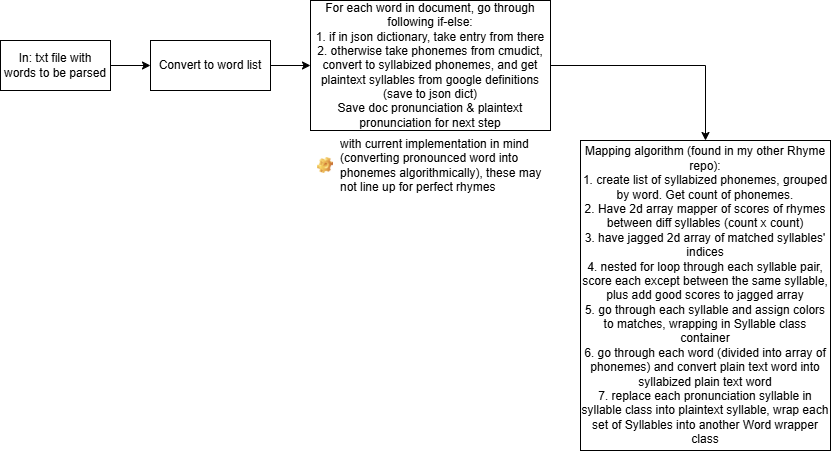
Above: diagram.png in Joshua-Lester3/rhymeo (draw.io), before the change. Source tidied: cells renumbered, new cells last; positions are measured from the earlier drawing's top-left corner, leaving out a move shared by most shapes. Source of this version:
```xml
<mxGraphModel>
  <root>
    <mxCell id="0" />
    <mxCell id="1" parent="0" />
    <mxCell id="2" style="edgeStyle=orthogonalEdgeStyle;rounded=0;jettySize=auto;html=1;" parent="1" edge="1" source="3" target="5">
      <mxGeometry relative="1" as="geometry" />
    </mxCell>
    <mxCell id="3" value="In: txt file with words to be parsed" style="html=1;whiteSpace=wrap;" parent="1" vertex="1">
      <mxGeometry y="40" width="110" height="50" as="geometry" />
    </mxCell>
    <mxCell id="4" style="edgeStyle=orthogonalEdgeStyle;rounded=0;jettySize=auto;html=1;" parent="1" edge="1" source="5" target="7">
      <mxGeometry relative="1" as="geometry" />
    </mxCell>
    <mxCell id="5" value="Convert to word list" style="html=1;whiteSpace=wrap;" parent="1" vertex="1">
      <mxGeometry x="150" y="40" width="120" height="50" as="geometry" />
    </mxCell>
    <mxCell id="6" style="edgeStyle=orthogonalEdgeStyle;rounded=0;jettySize=auto;html=1;" parent="1" edge="1" source="7" target="8">
      <mxGeometry relative="1" as="geometry" />
    </mxCell>
    <mxCell id="7" value="For each word in document, go through following if-else:&lt;div&gt;1. if in json dictionary, take entry from there&lt;/div&gt;&lt;div&gt;2. otherwise take phonemes from cmudict, convert to syllabized phonemes, and get plaintext syllables from google definitions (save to json dict)&lt;/div&gt;&lt;div&gt;Save doc pronunciation &amp;amp; plaintext pronunciation for next step&lt;/div&gt;" style="html=1;whiteSpace=wrap;" parent="1" vertex="1">
      <mxGeometry x="310" width="240" height="130" as="geometry" />
    </mxCell>
    <mxCell id="8" value="Mapping algorithm (found in my other Rhyme repo):&lt;div&gt;1. create list of syllabized phonemes, grouped by word. Get count of phonemes.&lt;/div&gt;&lt;div&gt;2. Have 2d array mapper of scores of rhymes between diff syllables (count x count)&lt;/div&gt;&lt;div&gt;3. have jagged 2d array of matched syllables' indices&lt;/div&gt;&lt;div&gt;4. nested for loop through each syllable pair, score each except between the same syllable, plus add good scores to jagged array&lt;/div&gt;&lt;div&gt;5. go through each syllable and assign colors to matches, wrapping in Syllable class container&lt;/div&gt;&lt;div&gt;6. go through each word (divided into array of phonemes) and convert plain text word into syllabized plain text word&lt;/div&gt;&lt;div&gt;7. replace each pronunciation syllable in syllable class into plaintext syllable, wrap each set of Syllables into another Word wrapper class&lt;/div&gt;" style="html=1;whiteSpace=wrap;" parent="1" vertex="1">
      <mxGeometry x="580" y="140" width="250" height="310" as="geometry" />
    </mxCell>
    <mxCell id="9" value="with current implementation in mind (converting pronounced word into phonemes algorithmically), these may not line up for perfect rhymes" style="label;fontStyle=0;strokeColor=none;fillColor=none;align=left;verticalAlign=top;overflow=hidden;spacingLeft=28;spacingRight=4;imageWidth=16;imageHeight=16;whiteSpace=wrap;html=1;image=img/clipart/Gear_128x128.png;" parent="1" vertex="1">
      <mxGeometry x="310" y="130" width="237.5" height="70" as="geometry" />
    </mxCell>
  </root>
</mxGraphModel>
```
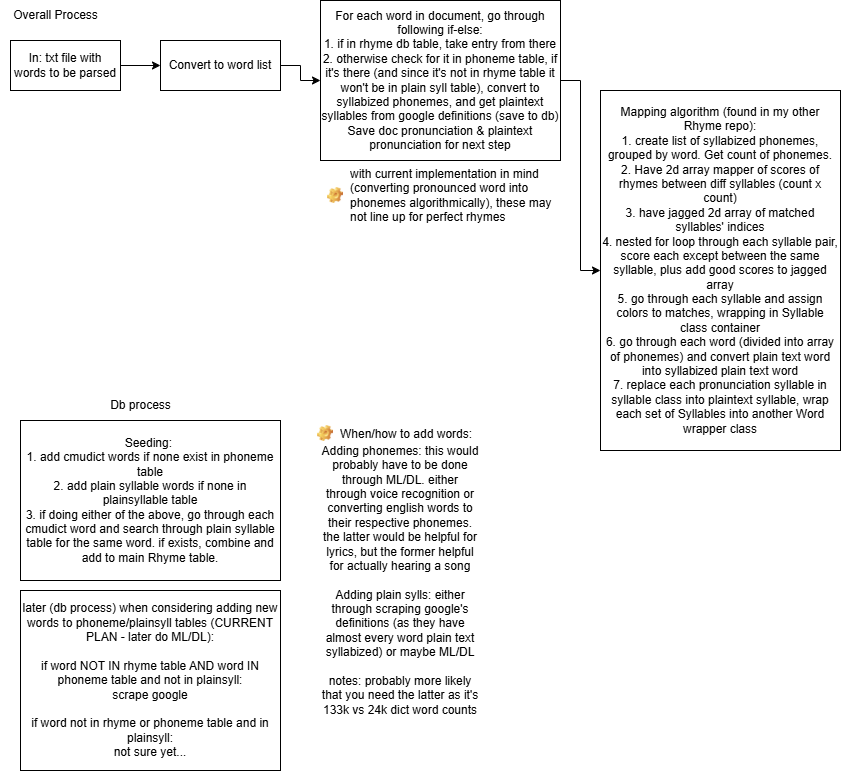
After the commit.

Change to the diagram source:
```diff
@@ -17,14 +17,32 @@
     <mxCell id="6" style="edgeStyle=orthogonalEdgeStyle;rounded=0;jettySize=auto;html=1;" parent="1" edge="1" source="7" target="8">
       <mxGeometry relative="1" as="geometry" />
     </mxCell>
-    <mxCell id="7" value="For each word in document, go through following if-else:&lt;div&gt;1. if in json dictionary, take entry from there&lt;/div&gt;&lt;div&gt;2. otherwise take phonemes from cmudict, convert to syllabized phonemes, and get plaintext syllables from google definitions (save to json dict)&lt;/div&gt;&lt;div&gt;Save doc pronunciation &amp;amp; plaintext pronunciation for next step&lt;/div&gt;" style="html=1;whiteSpace=wrap;" parent="1" vertex="1">
-      <mxGeometry x="310" width="240" height="130" as="geometry" />
+    <mxCell id="7" value="For each word in document, go through following if-else:&lt;div&gt;1. if in rhyme db table, take entry from there&lt;/div&gt;&lt;div&gt;2. otherwise check for it in phoneme table, if it's there (and since it's not in rhyme table it won't be in plain syll table), convert to syllabized phonemes, and get plaintext syllables from google definitions (save to db)&lt;/div&gt;&lt;div&gt;Save doc pronunciation &amp;amp; plaintext pronunciation for next step&lt;/div&gt;" style="html=1;whiteSpace=wrap;" parent="1" vertex="1">
+      <mxGeometry x="310" width="240" height="160" as="geometry" />
     </mxCell>
     <mxCell id="8" value="Mapping algorithm (found in my other Rhyme repo):&lt;div&gt;1. create list of syllabized phonemes, grouped by word. Get count of phonemes.&lt;/div&gt;&lt;div&gt;2. Have 2d array mapper of scores of rhymes between diff syllables (count x count)&lt;/div&gt;&lt;div&gt;3. have jagged 2d array of matched syllables' indices&lt;/div&gt;&lt;div&gt;4. nested for loop through each syllable pair, score each except between the same syllable, plus add good scores to jagged array&lt;/div&gt;&lt;div&gt;5. go through each syllable and assign colors to matches, wrapping in Syllable class container&lt;/div&gt;&lt;div&gt;6. go through each word (divided into array of phonemes) and convert plain text word into syllabized plain text word&lt;/div&gt;&lt;div&gt;7. replace each pronunciation syllable in syllable class into plaintext syllable, wrap each set of Syllables into another Word wrapper class&lt;/div&gt;" style="html=1;whiteSpace=wrap;" parent="1" vertex="1">
-      <mxGeometry x="580" y="140" width="250" height="310" as="geometry" />
+      <mxGeometry x="590" y="90" width="240" height="360" as="geometry" />
     </mxCell>
     <mxCell id="9" value="with current implementation in mind (converting pronounced word into phonemes algorithmically), these may not line up for perfect rhymes" style="label;fontStyle=0;strokeColor=none;fillColor=none;align=left;verticalAlign=top;overflow=hidden;spacingLeft=28;spacingRight=4;imageWidth=16;imageHeight=16;whiteSpace=wrap;html=1;image=img/clipart/Gear_128x128.png;" parent="1" vertex="1">
-      <mxGeometry x="310" y="130" width="237.5" height="70" as="geometry" />
+      <mxGeometry x="310" y="160" width="237.5" height="70" as="geometry" />
     </mxCell>
+    <mxCell id="10" value="Overall Process" style="text;html=1;align=center;verticalAlign=middle;strokeColor=none;fillColor=none;" parent="1" vertex="1">
+      <mxGeometry x="-10" width="110" height="30" as="geometry" />
+    </mxCell>
+    <mxCell id="11" value="Seeding:&amp;nbsp;&lt;div&gt;1. add cmudict words if none exist in phoneme table&lt;/div&gt;&lt;div&gt;2. add plain syllable words if none in plainsyllable table&lt;/div&gt;&lt;div&gt;3. if doing either of the above, go through each cmudict word and search through plain syllable table for the same word. if exists, combine and add to main Rhyme table.&lt;/div&gt;" style="html=1;whiteSpace=wrap;" parent="1" vertex="1">
+      <mxGeometry x="10" y="420" width="260" height="160" as="geometry" />
+    </mxCell>
+    <mxCell id="12" value="Db process" style="text;html=1;align=center;verticalAlign=middle;strokeColor=none;fillColor=none;" parent="1" vertex="1">
+      <mxGeometry x="90" y="390" width="80" height="30" as="geometry" />
+    </mxCell>
+    <mxCell id="13" value="later (db process) when considering adding new words to phoneme/plainsyll tables (CURRENT PLAN - later do ML/DL):&lt;div&gt;&lt;br&gt;&lt;div&gt;if word NOT IN rhyme table AND word IN phoneme table and not in plainsyll:&lt;/div&gt;&lt;div&gt;scrape google&lt;/div&gt;&lt;div&gt;&lt;br&gt;&lt;/div&gt;&lt;div&gt;if word not in rhyme or phoneme table and in plainsyll:&lt;/div&gt;&lt;div&gt;not sure yet...&lt;/div&gt;&lt;/div&gt;" style="html=1;whiteSpace=wrap;" parent="1" vertex="1">
+      <mxGeometry x="10" y="590" width="260" height="180" as="geometry" />
+    </mxCell>
+    <mxCell id="14" value="When/how to add words:" style="label;fontStyle=0;strokeColor=none;fillColor=none;align=left;verticalAlign=top;overflow=hidden;spacingLeft=28;spacingRight=4;imageWidth=16;imageHeight=16;whiteSpace=wrap;html=1;image=img/clipart/Gear_128x128.png;" parent="1" vertex="1">
+      <mxGeometry x="300" y="420" width="180" height="26" as="geometry" />
+    </mxCell>
+    <mxCell id="15" value="Adding phonemes: this would probably have to be done through ML/DL. either through voice recognition or converting english words to their respective phonemes. the latter would be helpful for lyrics, but the former helpful for actually hearing a song&lt;div&gt;&lt;br&gt;&lt;/div&gt;&lt;div&gt;Adding plain sylls: either through scraping google's definitions (as they have almost every word plain text syllabized) or maybe ML/DL&lt;/div&gt;&lt;div&gt;&lt;br&gt;&lt;/div&gt;&lt;div&gt;notes: probably more likely that you need the latter as it's 133k vs 24k dict word counts&lt;/div&gt;" style="text;html=1;align=center;verticalAlign=middle;whiteSpace=wrap;rounded=0;" parent="1" vertex="1">
+      <mxGeometry x="310" y="450" width="160" height="260" as="geometry" />
+    </mxCell>
   </root>
 </mxGraphModel>
```
